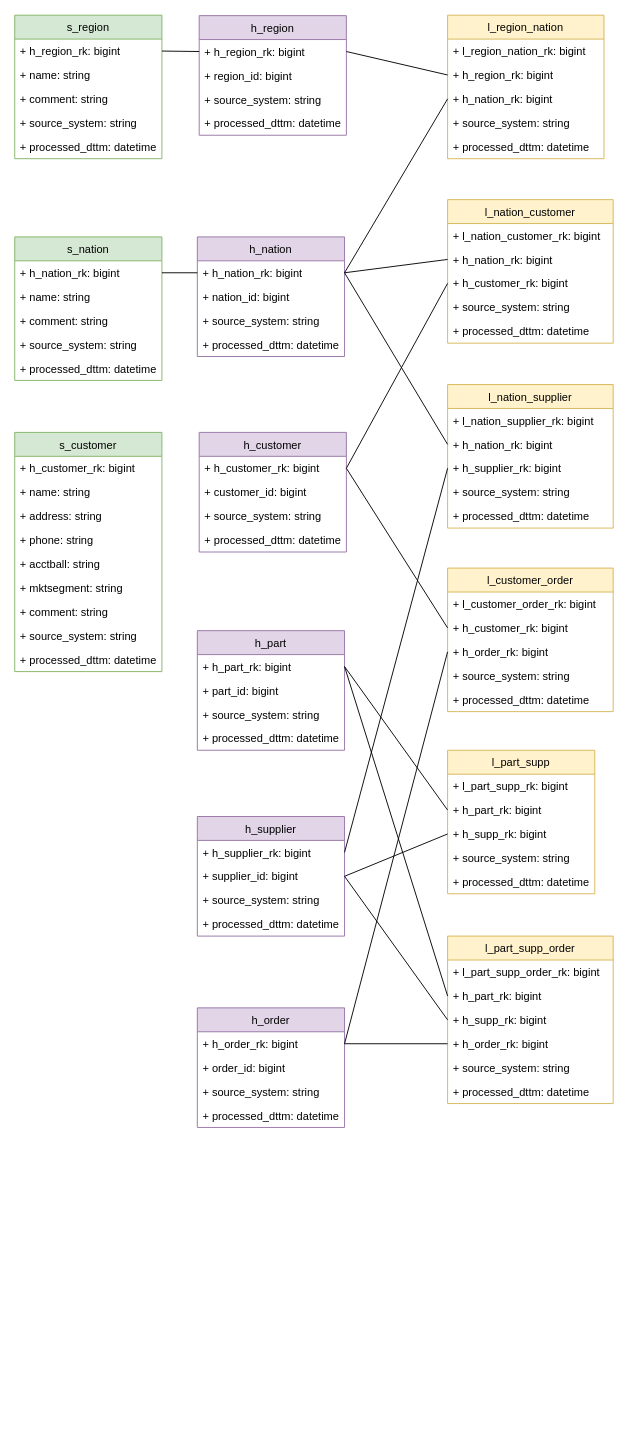
Earlier version of the draw.io diagram DZ1/Untitled Diagram.drawio (DMfananddu/DWH). Source tidied: cells renumbered, new cells numbered last; positions are measured from the earlier drawing's top-left corner, leaving out a move shared by most shapes. Both pictures are drawn from the tidied source at 92%, with x=0, y=0 at pixel (15, 15).
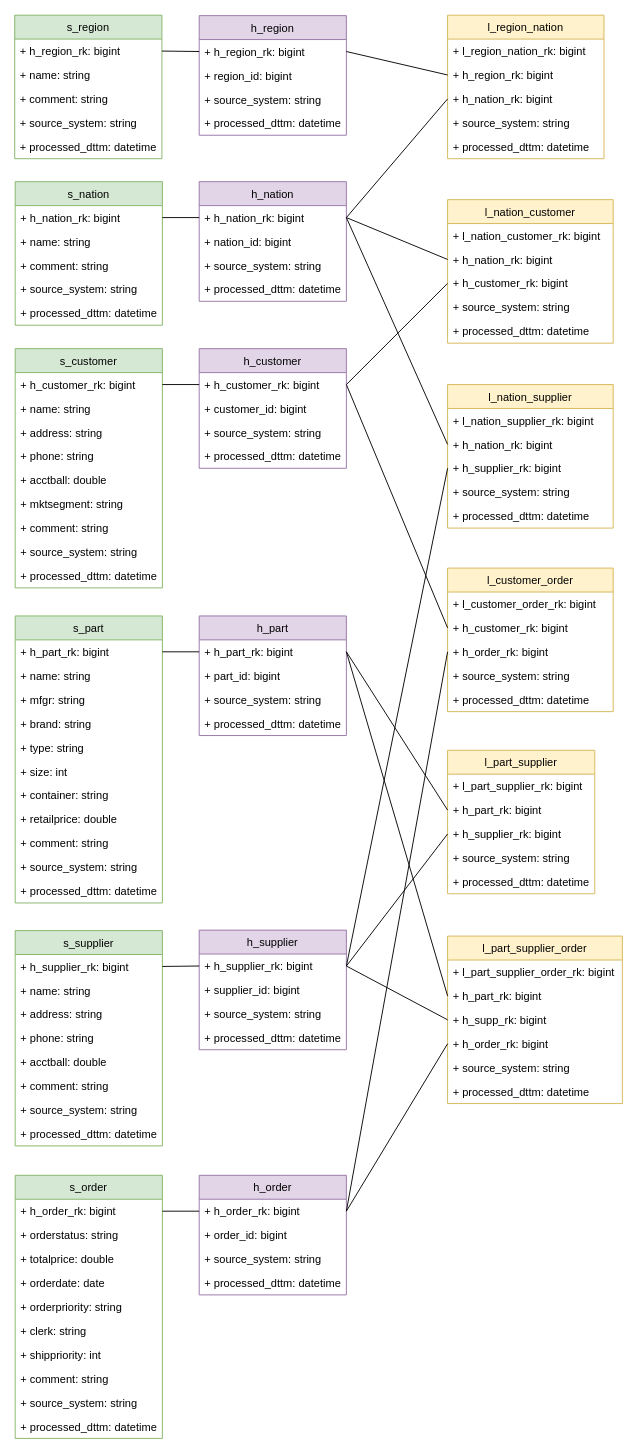
Above is the later version.

The change refers to these unchanged cells:
```xml
<mxCell id="44" value="+ h_customer_rk: bigint" style="text;strokeColor=none;fillColor=none;align=left;verticalAlign=top;spacingLeft=4;spacingRight=4;overflow=hidden;points=[[0,0.5],[1,0.5]];portConstraint=eastwest;" parent="43" vertex="1">
  <mxGeometry y="26" width="160" height="26" as="geometry" />
</mxCell>
<mxCell id="49" value="+ h_order_rk: bigint" style="text;strokeColor=none;fillColor=none;align=left;verticalAlign=top;spacingLeft=4;spacingRight=4;overflow=hidden;points=[[0,0.5],[1,0.5]];portConstraint=eastwest;" parent="48" vertex="1">
  <mxGeometry y="26" width="160" height="26" as="geometry" />
</mxCell>
<mxCell id="54" value="+ h_part_rk: bigint" style="text;strokeColor=none;fillColor=none;align=left;verticalAlign=top;spacingLeft=4;spacingRight=4;overflow=hidden;points=[[0,0.5],[1,0.5]];portConstraint=eastwest;" parent="53" vertex="1">
  <mxGeometry y="26" width="160" height="26" as="geometry" />
</mxCell>
<mxCell id="69" value="+ h_supplier_rk: bigint" style="text;strokeColor=none;fillColor=none;align=left;verticalAlign=top;spacingLeft=4;spacingRight=4;overflow=hidden;points=[[0,0.5],[1,0.5]];portConstraint=eastwest;" parent="66" vertex="1">
  <mxGeometry y="78" width="180" height="26" as="geometry" />
</mxCell>
<mxCell id="97" value="+ h_customer_rk: bigint" style="text;strokeColor=none;fillColor=none;align=left;verticalAlign=top;spacingLeft=4;spacingRight=4;overflow=hidden;points=[[0,0.5],[1,0.5]];portConstraint=eastwest;" parent="96" vertex="1">
  <mxGeometry y="26" width="160" height="26" as="geometry" />
</mxCell>
```

The edit, as a diff of the source:
```diff
@@
-    <mxCell id="14" value="l_part_supp" style="swimlane;fontStyle=0;horizontal=1;startSize=26;fillColor=#fff2cc;verticalAlign=middle;strokeColor=#d6b656;" parent="1" vertex="1">
+    <mxCell id="14" value="l_part_supplier" style="swimlane;fontStyle=0;horizontal=1;startSize=26;fillColor=#fff2cc;verticalAlign=middle;strokeColor=#d6b656;" parent="1" vertex="1">
       <mxGeometry x="470" y="799" width="160" height="156" as="geometry" />
     </mxCell>
-    <mxCell id="15" value="+ l_part_supp_rk: bigint" style="text;strokeColor=none;fillColor=none;align=left;verticalAlign=top;spacingLeft=4;spacingRight=4;overflow=hidden;" parent="14" vertex="1">
+    <mxCell id="15" value="+ l_part_supplier_rk: bigint" style="text;strokeColor=none;fillColor=none;align=left;verticalAlign=top;spacingLeft=4;spacingRight=4;overflow=hidden;" parent="14" vertex="1">
       <mxGeometry y="26" width="160" height="26" as="geometry" />
     </mxCell>
@@
-    <mxCell id="17" value="+ h_supp_rk: bigint" style="text;strokeColor=none;fillColor=none;align=left;verticalAlign=top;spacingLeft=4;spacingRight=4;overflow=hidden;points=[[0,0.5],[1,0.5]];portConstraint=eastwest;" parent="14" vertex="1">
+    <mxCell id="17" value="+ h_supplier_rk: bigint" style="text;strokeColor=none;fillColor=none;align=left;verticalAlign=top;spacingLeft=4;spacingRight=4;overflow=hidden;points=[[0,0.5],[1,0.5]];portConstraint=eastwest;" parent="14" vertex="1">
       <mxGeometry y="78" width="160" height="26" as="geometry" />
     </mxCell>
@@
-    <mxCell id="20" value="l_part_supp_order" style="swimlane;fontStyle=0;horizontal=1;startSize=26;fillColor=#fff2cc;strokeColor=#d6b656;" parent="1" vertex="1">
-      <mxGeometry x="470" y="1001" width="180" height="182" as="geometry" />
+    <mxCell id="20" value="l_part_supplier_order" style="swimlane;fontStyle=0;horizontal=1;startSize=26;fillColor=#fff2cc;strokeColor=#d6b656;" parent="1" vertex="1">
+      <mxGeometry x="470" y="1001" width="190" height="182" as="geometry" />
     </mxCell>
-    <mxCell id="21" value="+ l_part_supp_order_rk: bigint" style="text;strokeColor=none;fillColor=none;align=left;verticalAlign=top;spacingLeft=4;spacingRight=4;overflow=hidden;" parent="20" vertex="1">
-      <mxGeometry y="26" width="180" height="26" as="geometry" />
+    <mxCell id="21" value="+ l_part_supplier_order_rk: bigint" style="text;strokeColor=none;fillColor=none;align=left;verticalAlign=top;spacingLeft=4;spacingRight=4;overflow=hidden;" parent="20" vertex="1">
+      <mxGeometry y="26" width="190" height="26" as="geometry" />
     </mxCell>
     <mxCell id="22" value="+ h_part_rk: bigint" style="text;strokeColor=none;fillColor=none;align=left;verticalAlign=top;spacingLeft=4;spacingRight=4;overflow=hidden;points=[[0,0.5],[1,0.5]];portConstraint=eastwest;" parent="20" vertex="1">
-      <mxGeometry y="52" width="180" height="26" as="geometry" />
+      <mxGeometry y="52" width="190" height="26" as="geometry" />
     </mxCell>
     <mxCell id="23" value="+ h_supp_rk: bigint" style="text;strokeColor=none;fillColor=none;align=left;verticalAlign=top;spacingLeft=4;spacingRight=4;overflow=hidden;points=[[0,0.5],[1,0.5]];portConstraint=eastwest;" parent="20" vertex="1">
-      <mxGeometry y="78" width="180" height="26" as="geometry" />
+      <mxGeometry y="78" width="190" height="26" as="geometry" />
     </mxCell>
     <mxCell id="24" value="+ h_order_rk: bigint" style="text;strokeColor=none;fillColor=none;align=left;verticalAlign=top;spacingLeft=4;spacingRight=4;overflow=hidden;points=[[0,0.5],[1,0.5]];portConstraint=eastwest;" parent="20" vertex="1">
-      <mxGeometry y="104" width="180" height="26" as="geometry" />
+      <mxGeometry y="104" width="190" height="26" as="geometry" />
     </mxCell>
     <mxCell id="25" value="+ source_system: string" style="text;strokeColor=none;fillColor=none;align=left;verticalAlign=top;spacingLeft=4;spacingRight=4;overflow=hidden;" parent="20" vertex="1">
-      <mxGeometry y="130" width="180" height="26" as="geometry" />
+      <mxGeometry y="130" width="190" height="26" as="geometry" />
     </mxCell>
     <mxCell id="26" value="+ processed_dttm: datetime" style="text;strokeColor=none;fillColor=none;align=left;verticalAlign=top;spacingLeft=4;spacingRight=4;overflow=hidden;" parent="20" vertex="1">
-      <mxGeometry y="156" width="180" height="26" as="geometry" />
+      <mxGeometry y="156" width="190" height="26" as="geometry" />
     </mxCell>
@@
     <mxCell id="33" value="h_nation" style="swimlane;fontStyle=0;horizontal=1;startSize=26;fillColor=#e1d5e7;align=center;verticalAlign=middle;strokeColor=#9673a6;" parent="1" vertex="1">
-      <mxGeometry x="198" y="241" width="160" height="130" as="geometry" />
+      <mxGeometry x="200" y="181" width="160" height="130" as="geometry" />
     </mxCell>
@@
     <mxCell id="38" value="h_supplier" style="swimlane;fontStyle=0;horizontal=1;startSize=26;fillColor=#e1d5e7;align=center;verticalAlign=middle;strokeColor=#9673a6;" parent="1" vertex="1">
-      <mxGeometry x="198" y="871" width="160" height="130" as="geometry" />
+      <mxGeometry x="200" y="994.5" width="160" height="130" as="geometry" />
     </mxCell>
-    <mxCell id="39" value="+ h_supplier_rk: bigint" style="text;strokeColor=none;fillColor=none;align=left;verticalAlign=top;spacingLeft=4;spacingRight=4;overflow=hidden;points=[[0,0.5],[1,0.5]];portConstraint=eastwest;" parent="38" vertex="1">
-      <mxGeometry y="26" width="160" height="26" as="geometry" />
-    </mxCell>
-    <mxCell id="40" value="+ supplier_id: bigint" style="text;strokeColor=none;fillColor=none;align=left;verticalAlign=top;spacingLeft=4;spacingRight=4;overflow=hidden;points=[[0,0.5],[1,0.5]];portConstraint=eastwest;" parent="38" vertex="1">
-      <mxGeometry y="52" width="160" height="26" as="geometry" />
+    <mxCell id="40" value="+ h_supplier_rk: bigint" style="text;strokeColor=none;fillColor=none;align=left;verticalAlign=top;spacingLeft=4;spacingRight=4;overflow=hidden;points=[[0,0.5],[1,0.5]];portConstraint=eastwest;" parent="38" vertex="1">
+      <mxGeometry y="26" width="160" height="26" as="geometry" />
     </mxCell>
+    <mxCell id="106" value="+ supplier_id: bigint" style="text;strokeColor=none;fillColor=none;align=left;verticalAlign=top;spacingLeft=4;spacingRight=4;overflow=hidden;" parent="38" vertex="1">
+      <mxGeometry y="52" width="160" height="26" as="geometry" />
+    </mxCell>
@@
     <mxCell id="43" value="h_customer" style="swimlane;fontStyle=0;horizontal=1;startSize=26;fillColor=#e1d5e7;align=center;verticalAlign=middle;strokeColor=#9673a6;" parent="1" vertex="1">
-      <mxGeometry x="200" y="453.5" width="160" height="130" as="geometry" />
+      <mxGeometry x="200" y="362.5" width="160" height="130" as="geometry" />
     </mxCell>
@@
     <mxCell id="48" value="h_order" style="swimlane;fontStyle=0;horizontal=1;startSize=26;fillColor=#e1d5e7;align=center;verticalAlign=middle;strokeColor=#9673a6;" parent="1" vertex="1">
-      <mxGeometry x="198" y="1079" width="160" height="130" as="geometry" />
+      <mxGeometry x="200" y="1261" width="160" height="130" as="geometry" />
     </mxCell>
@@
     <mxCell id="53" value="h_part" style="swimlane;fontStyle=0;horizontal=1;startSize=26;fillColor=#e1d5e7;align=center;verticalAlign=middle;strokeColor=#9673a6;" parent="1" vertex="1">
-      <mxGeometry x="198" y="669" width="160" height="130" as="geometry" />
+      <mxGeometry x="200" y="653" width="160" height="130" as="geometry" />
     </mxCell>
@@
-    <mxCell id="83" style="edgeStyle=none;rounded=0;jettySize=auto;html=1;exitX=0;exitY=0.5;exitDx=0;exitDy=0;entryX=1;entryY=0.5;entryDx=0;entryDy=0;endArrow=none;endFill=0;" parent="1" edge="1" source="69" target="39">
+    <mxCell id="83" style="edgeStyle=none;rounded=0;jettySize=auto;html=1;exitX=0;exitY=0.5;exitDx=0;exitDy=0;entryX=1;entryY=0.5;entryDx=0;entryDy=0;endArrow=none;endFill=0;" parent="1" edge="1" source="69" target="40">
       <mxGeometry relative="1" as="geometry" />
     </mxCell>
@@
     <mxCell id="89" value="s_nation" style="swimlane;fontStyle=0;horizontal=1;startSize=26;fillColor=#d5e8d4;strokeColor=#82b366;" parent="1" vertex="1">
-      <mxGeometry x="-0.5" y="241" width="160" height="156" as="geometry" />
+      <mxGeometry y="181" width="160" height="156" as="geometry" />
     </mxCell>
@@
     <mxCell id="96" value="s_customer" style="swimlane;fontStyle=0;horizontal=1;startSize=26;fillColor=#d5e8d4;strokeColor=#82b366;" parent="1" vertex="1">
-      <mxGeometry x="-0.5" y="453.5" width="160" height="260" as="geometry" />
+      <mxGeometry y="362.5" width="160" height="260" as="geometry" />
     </mxCell>
@@
-    <mxCell id="101" value="+ acctball: string" style="text;strokeColor=none;fillColor=none;align=left;verticalAlign=top;spacingLeft=4;spacingRight=4;overflow=hidden;" parent="96" vertex="1">
+    <mxCell id="101" value="+ acctball: double" style="text;strokeColor=none;fillColor=none;align=left;verticalAlign=top;spacingLeft=4;spacingRight=4;overflow=hidden;" parent="96" vertex="1">
       <mxGeometry y="130" width="160" height="26" as="geometry" />
     </mxCell>
@@
+    <mxCell id="107" style="rounded=0;jettySize=auto;html=1;exitX=1;exitY=0.5;exitDx=0;exitDy=0;entryX=0;entryY=0.5;entryDx=0;entryDy=0;endArrow=none;endFill=0;" parent="1" edge="1" source="97" target="44">
+      <mxGeometry relative="1" as="geometry" />
+    </mxCell>
+    <mxCell id="108" value="s_part" style="swimlane;fontStyle=0;horizontal=1;startSize=26;fillColor=#d5e8d4;strokeColor=#82b366;" parent="1" vertex="1">
+      <mxGeometry y="653" width="160" height="312" as="geometry" />
+    </mxCell>
+    <mxCell id="109" value="+ h_part_rk: bigint" style="text;strokeColor=none;fillColor=none;align=left;verticalAlign=top;spacingLeft=4;spacingRight=4;overflow=hidden;points=[[0,0.5],[1,0.5]];portConstraint=eastwest;" parent="108" vertex="1">
+      <mxGeometry y="26" width="160" height="26" as="geometry" />
+    </mxCell>
+    <mxCell id="110" value="+ name: string" style="text;strokeColor=none;fillColor=none;align=left;verticalAlign=top;spacingLeft=4;spacingRight=4;overflow=hidden;" parent="108" vertex="1">
+      <mxGeometry y="52" width="160" height="26" as="geometry" />
+    </mxCell>
+    <mxCell id="111" value="+ mfgr: string" style="text;strokeColor=none;fillColor=none;align=left;verticalAlign=top;spacingLeft=4;spacingRight=4;overflow=hidden;" parent="108" vertex="1">
+      <mxGeometry y="78" width="160" height="26" as="geometry" />
+    </mxCell>
+    <mxCell id="112" value="+ brand: string" style="text;strokeColor=none;fillColor=none;align=left;verticalAlign=top;spacingLeft=4;spacingRight=4;overflow=hidden;" parent="108" vertex="1">
+      <mxGeometry y="104" width="160" height="26" as="geometry" />
+    </mxCell>
+    <mxCell id="113" value="+ type: string" style="text;strokeColor=none;fillColor=none;align=left;verticalAlign=top;spacingLeft=4;spacingRight=4;overflow=hidden;" parent="108" vertex="1">
+      <mxGeometry y="130" width="160" height="26" as="geometry" />
+    </mxCell>
+    <mxCell id="114" value="+ size: int" style="text;strokeColor=none;fillColor=none;align=left;verticalAlign=top;spacingLeft=4;spacingRight=4;overflow=hidden;" parent="108" vertex="1">
+      <mxGeometry y="156" width="160" height="26" as="geometry" />
+    </mxCell>
+    <mxCell id="115" value="+ container: string" style="text;strokeColor=none;fillColor=none;align=left;verticalAlign=top;spacingLeft=4;spacingRight=4;overflow=hidden;" parent="108" vertex="1">
+      <mxGeometry y="182" width="160" height="26" as="geometry" />
+    </mxCell>
+    <mxCell id="116" value="+ retailprice: double" style="text;strokeColor=none;fillColor=none;align=left;verticalAlign=top;spacingLeft=4;spacingRight=4;overflow=hidden;" parent="108" vertex="1">
+      <mxGeometry y="208" width="160" height="26" as="geometry" />
+    </mxCell>
+    <mxCell id="117" value="+ comment: string" style="text;strokeColor=none;fillColor=none;align=left;verticalAlign=top;spacingLeft=4;spacingRight=4;overflow=hidden;" parent="108" vertex="1">
+      <mxGeometry y="234" width="160" height="26" as="geometry" />
+    </mxCell>
+    <mxCell id="118" value="+ source_system: string" style="text;strokeColor=none;fillColor=none;align=left;verticalAlign=top;spacingLeft=4;spacingRight=4;overflow=hidden;" parent="108" vertex="1">
+      <mxGeometry y="260" width="160" height="26" as="geometry" />
+    </mxCell>
+    <mxCell id="119" value="+ processed_dttm: datetime" style="text;strokeColor=none;fillColor=none;align=left;verticalAlign=top;spacingLeft=4;spacingRight=4;overflow=hidden;" parent="108" vertex="1">
+      <mxGeometry y="286" width="160" height="26" as="geometry" />
+    </mxCell>
+    <mxCell id="120" style="edgeStyle=none;rounded=0;jettySize=auto;html=1;exitX=1;exitY=0.5;exitDx=0;exitDy=0;entryX=0;entryY=0.5;entryDx=0;entryDy=0;endArrow=none;endFill=0;" parent="1" edge="1" source="109" target="54">
+      <mxGeometry relative="1" as="geometry" />
+    </mxCell>
+    <mxCell id="121" value="s_supplier" style="swimlane;fontStyle=0;horizontal=1;startSize=26;fillColor=#d5e8d4;strokeColor=#82b366;" parent="1" vertex="1">
+      <mxGeometry y="995" width="160" height="234" as="geometry" />
+    </mxCell>
+    <mxCell id="39" value="+ h_supplier_rk: bigint" style="text;strokeColor=none;fillColor=none;align=left;verticalAlign=top;spacingLeft=4;spacingRight=4;overflow=hidden;points=[[0,0.5],[1,0.5]];portConstraint=eastwest;" parent="121" vertex="1">
+      <mxGeometry y="26" width="160" height="26" as="geometry" />
+    </mxCell>
+    <mxCell id="122" value="+ name: string" style="text;strokeColor=none;fillColor=none;align=left;verticalAlign=top;spacingLeft=4;spacingRight=4;overflow=hidden;" parent="121" vertex="1">
+      <mxGeometry y="52" width="160" height="26" as="geometry" />
+    </mxCell>
+    <mxCell id="123" value="+ address: string" style="text;strokeColor=none;fillColor=none;align=left;verticalAlign=top;spacingLeft=4;spacingRight=4;overflow=hidden;" parent="121" vertex="1">
+      <mxGeometry y="78" width="160" height="26" as="geometry" />
+    </mxCell>
+    <mxCell id="124" value="+ phone: string" style="text;strokeColor=none;fillColor=none;align=left;verticalAlign=top;spacingLeft=4;spacingRight=4;overflow=hidden;" parent="121" vertex="1">
+      <mxGeometry y="104" width="160" height="26" as="geometry" />
+    </mxCell>
+    <mxCell id="125" value="+ acctball: double" style="text;strokeColor=none;fillColor=none;align=left;verticalAlign=top;spacingLeft=4;spacingRight=4;overflow=hidden;" parent="121" vertex="1">
+      <mxGeometry y="130" width="160" height="26" as="geometry" />
+    </mxCell>
+    <mxCell id="126" value="+ comment: string" style="text;strokeColor=none;fillColor=none;align=left;verticalAlign=top;spacingLeft=4;spacingRight=4;overflow=hidden;" parent="121" vertex="1">
+      <mxGeometry y="156" width="160" height="26" as="geometry" />
+    </mxCell>
+    <mxCell id="127" value="+ source_system: string" style="text;strokeColor=none;fillColor=none;align=left;verticalAlign=top;spacingLeft=4;spacingRight=4;overflow=hidden;" parent="121" vertex="1">
+      <mxGeometry y="182" width="160" height="26" as="geometry" />
+    </mxCell>
+    <mxCell id="128" value="+ processed_dttm: datetime" style="text;strokeColor=none;fillColor=none;align=left;verticalAlign=top;spacingLeft=4;spacingRight=4;overflow=hidden;" parent="121" vertex="1">
+      <mxGeometry y="208" width="160" height="26" as="geometry" />
+    </mxCell>
+    <mxCell id="129" value="s_order" style="swimlane;fontStyle=0;horizontal=1;startSize=26;fillColor=#d5e8d4;strokeColor=#82b366;" parent="1" vertex="1">
+      <mxGeometry y="1261" width="160" height="286" as="geometry" />
+    </mxCell>
+    <mxCell id="130" value="+ h_order_rk: bigint" style="text;strokeColor=none;fillColor=none;align=left;verticalAlign=top;spacingLeft=4;spacingRight=4;overflow=hidden;points=[[0,0.5],[1,0.5]];portConstraint=eastwest;" parent="129" vertex="1">
+      <mxGeometry y="26" width="160" height="26" as="geometry" />
+    </mxCell>
+    <mxCell id="131" value="+ orderstatus: string" style="text;strokeColor=none;fillColor=none;align=left;verticalAlign=top;spacingLeft=4;spacingRight=4;overflow=hidden;" parent="129" vertex="1">
+      <mxGeometry y="52" width="160" height="26" as="geometry" />
+    </mxCell>
+    <mxCell id="132" value="+ totalprice: double" style="text;strokeColor=none;fillColor=none;align=left;verticalAlign=top;spacingLeft=4;spacingRight=4;overflow=hidden;" parent="129" vertex="1">
+      <mxGeometry y="78" width="160" height="26" as="geometry" />
+    </mxCell>
+    <mxCell id="133" value="+ orderdate: date" style="text;strokeColor=none;fillColor=none;align=left;verticalAlign=top;spacingLeft=4;spacingRight=4;overflow=hidden;" parent="129" vertex="1">
+      <mxGeometry y="104" width="160" height="26" as="geometry" />
+    </mxCell>
+    <mxCell id="134" value="+ orderpriority: string" style="text;strokeColor=none;fillColor=none;align=left;verticalAlign=top;spacingLeft=4;spacingRight=4;overflow=hidden;" parent="129" vertex="1">
+      <mxGeometry y="130" width="160" height="26" as="geometry" />
+    </mxCell>
+    <mxCell id="135" value="+ clerk: string" style="text;strokeColor=none;fillColor=none;align=left;verticalAlign=top;spacingLeft=4;spacingRight=4;overflow=hidden;" parent="129" vertex="1">
+      <mxGeometry y="156" width="160" height="26" as="geometry" />
+    </mxCell>
+    <mxCell id="136" value="+ shippriority: int" style="text;strokeColor=none;fillColor=none;align=left;verticalAlign=top;spacingLeft=4;spacingRight=4;overflow=hidden;" parent="129" vertex="1">
+      <mxGeometry y="182" width="160" height="26" as="geometry" />
+    </mxCell>
+    <mxCell id="137" value="+ comment: string" style="text;strokeColor=none;fillColor=none;align=left;verticalAlign=top;spacingLeft=4;spacingRight=4;overflow=hidden;" parent="129" vertex="1">
+      <mxGeometry y="208" width="160" height="26" as="geometry" />
+    </mxCell>
+    <mxCell id="138" value="+ source_system: string" style="text;strokeColor=none;fillColor=none;align=left;verticalAlign=top;spacingLeft=4;spacingRight=4;overflow=hidden;" parent="129" vertex="1">
+      <mxGeometry y="234" width="160" height="26" as="geometry" />
+    </mxCell>
+    <mxCell id="139" value="+ processed_dttm: datetime" style="text;strokeColor=none;fillColor=none;align=left;verticalAlign=top;spacingLeft=4;spacingRight=4;overflow=hidden;" parent="129" vertex="1">
+      <mxGeometry y="260" width="160" height="26" as="geometry" />
+    </mxCell>
+    <mxCell id="140" style="edgeStyle=none;rounded=0;jettySize=auto;html=1;exitX=1;exitY=0.5;exitDx=0;exitDy=0;entryX=0;entryY=0.5;entryDx=0;entryDy=0;endArrow=none;endFill=0;" parent="1" edge="1" source="130" target="49">
+      <mxGeometry relative="1" as="geometry" />
+    </mxCell>
+    <mxCell id="141" style="edgeStyle=none;rounded=0;jettySize=auto;html=1;exitX=0;exitY=0.5;exitDx=0;exitDy=0;entryX=1;entryY=0.5;entryDx=0;entryDy=0;endArrow=none;endFill=0;" parent="1" edge="1" source="40" target="39">
+      <mxGeometry relative="1" as="geometry" />
+    </mxCell>
```
